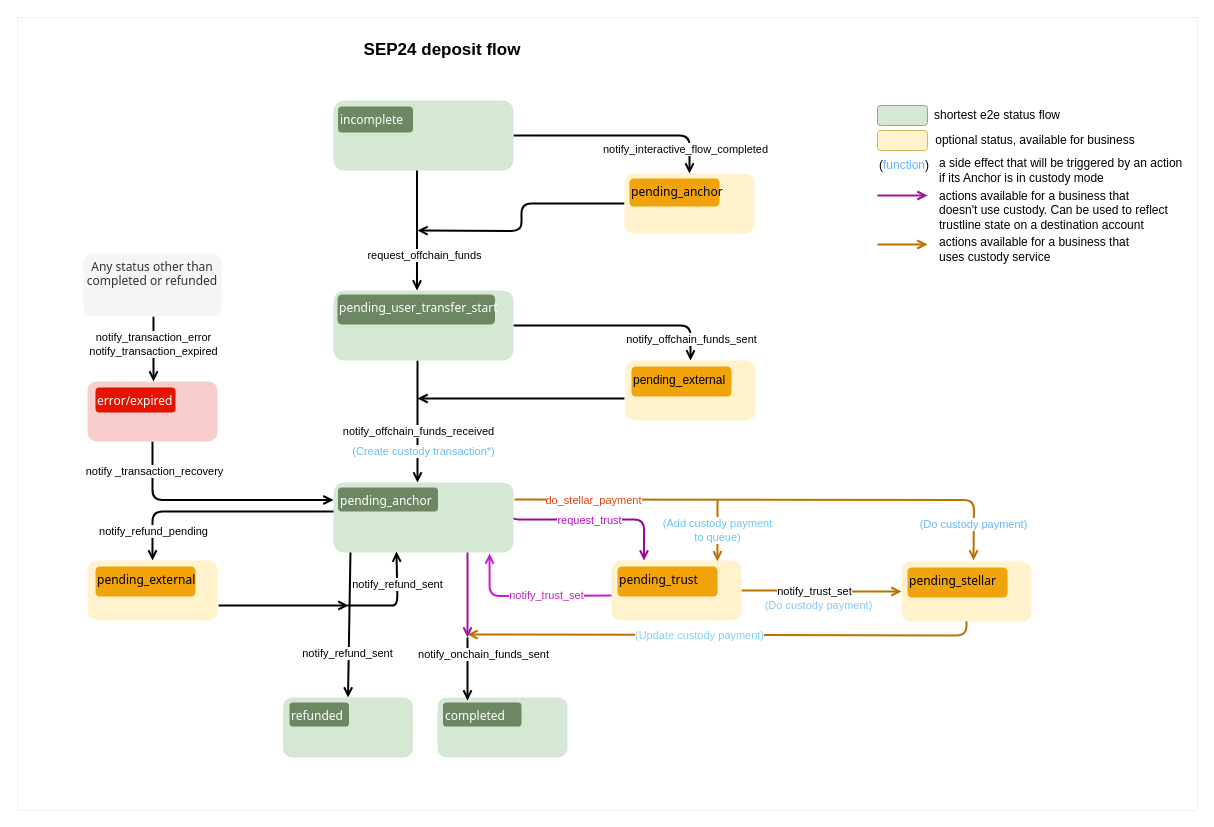
This is page "Sep24 - deposit v.0.4" (1 of 5) of static/definitions/sep6_24_31_status_transition_diagrams.drawio from stellar/stellar-docs, a draw.io file, before an edit. Source tidied: cells renumbered, new cells numbered last; positions are measured from the earlier drawing's top-left corner, leaving out a move shared by most shapes. Both pictures are drawn from the tidied source at 100%, with x=0, y=0 at pixel (17, 17).
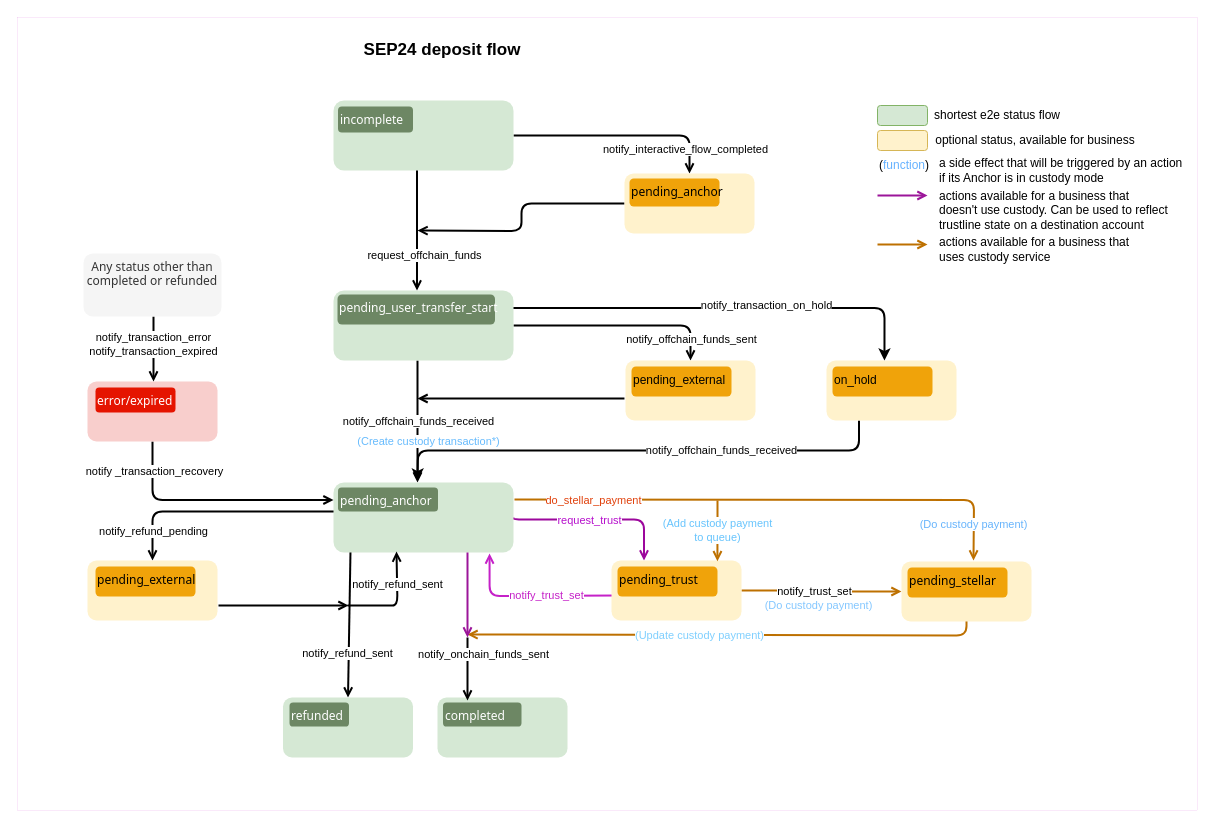
The same diagram, later.

The change refers to these unchanged cells:
```xml
<mxCell id="17" style="edgeStyle=orthogonalEdgeStyle;rounded=0;orthogonalLoop=1;jettySize=auto;html=1;exitX=0.5;exitY=1;exitDx=0;exitDy=0;entryX=0.5;entryY=0;entryDx=0;entryDy=0;strokeWidth=2;endArrow=open;endFill=0;" parent="1" edge="1">
  <mxGeometry relative="1" as="geometry">
    <mxPoint x="400" y="343" as="sourcePoint" />
    <mxPoint x="400" y="465" as="targetPoint" />
  </mxGeometry>
</mxCell>
<mxCell id="20" style="edgeStyle=orthogonalEdgeStyle;rounded=1;jettySize=auto;html=1;exitX=1;exitY=0.5;exitDx=0;exitDy=0;entryX=0.5;entryY=0;entryDx=0;entryDy=0;strokeWidth=2;endArrow=open;endFill=0;" parent="1" edge="1" source="22" target="38">
  <mxGeometry relative="1" as="geometry" />
</mxCell>
<mxCell id="22" style="rounded=1;whiteSpace=wrap;html=1;fillColor=#d5e8d4;strokeColor=none;" parent="1" vertex="1">
  <mxGeometry x="316" y="273" width="180" height="70" as="geometry" />
</mxCell>
```

The edit, as a diff of the source:
```diff
@@
     <mxCell id="18" value="notify_offchain_funds_received" style="edgeLabel;html=1;align=center;verticalAlign=middle;" parent="17" vertex="1">
       <mxGeometry x="-0.02" y="-3" relative="1" as="geometry">
-        <mxPoint x="3" y="10" as="offset" />
+        <mxPoint x="3" as="offset" />
       </mxGeometry>
     </mxCell>
     <mxCell id="19" value="(Create custody transaction*)" style="edgeLabel;html=1;align=center;verticalAlign=middle;fontColor=#67bbfd;" parent="17" vertex="1">
       <mxGeometry x="0.46" y="1" relative="1" as="geometry">
-        <mxPoint x="4" y="1" as="offset" />
+        <mxPoint x="9" y="-9" as="offset" />
       </mxGeometry>
     </mxCell>
@@
-    <mxCell id="21" value="notify_offchain_funds_sent" style="edgeLabel;html=1;align=center;verticalAlign=middle;" parent="20" vertex="1">
+    <mxCell id="21" value="&lt;font style=&quot;font-size: 11px;&quot;&gt;notify_offchain_funds_sent&lt;/font&gt;" style="edgeLabel;html=1;align=center;verticalAlign=middle;" parent="20" vertex="1">
       <mxGeometry x="0.79" relative="1" as="geometry" />
     </mxCell>
@@
+    <mxCell id="77" style="edgeStyle=orthogonalEdgeStyle;rounded=1;jettySize=auto;html=1;exitX=0.25;exitY=1;exitDx=0;exitDy=0;curved=0;strokeWidth=2;" parent="1" edge="1" source="79">
+      <mxGeometry relative="1" as="geometry">
+        <mxPoint x="400" y="463" as="targetPoint" />
+      </mxGeometry>
+    </mxCell>
+    <mxCell id="78" value="notify_offchain_funds_received" style="edgeLabel;html=1;align=center;verticalAlign=middle;" parent="77" vertex="1">
+      <mxGeometry x="-0.33" y="-1" relative="1" as="geometry" />
+    </mxCell>
+    <mxCell id="79" style="rounded=1;whiteSpace=wrap;html=1;fillColor=#fff2cc;strokeColor=none;" parent="1" vertex="1">
+      <mxGeometry x="809" y="343" width="130" height="60" as="geometry" />
+    </mxCell>
+    <mxCell id="80" value="on_hold" style="rounded=1;whiteSpace=wrap;html=1;align=left;verticalAlign=top;strokeColor=none;fillColor=#f0a30a;fontColor=#000000;" parent="1" vertex="1">
+      <mxGeometry x="815" y="349" width="100" height="30" as="geometry" />
+    </mxCell>
+    <mxCell id="81" style="edgeStyle=orthogonalEdgeStyle;rounded=1;jettySize=auto;html=1;exitX=1;exitY=0.25;exitDx=0;exitDy=0;entryX=0.446;entryY=0;entryDx=0;entryDy=0;entryPerimeter=0;curved=0;strokeWidth=2;" parent="1" edge="1" source="22" target="79">
+      <mxGeometry relative="1" as="geometry" />
+    </mxCell>
+    <mxCell id="82" value="&lt;font style=&quot;font-size: 11px;&quot;&gt;notify_transaction_on_hold&lt;/font&gt;" style="edgeLabel;html=1;align=center;verticalAlign=middle;" parent="81" vertex="1">
+      <mxGeometry x="0.19" y="4" relative="1" as="geometry">
+        <mxPoint y="1" as="offset" />
+      </mxGeometry>
+    </mxCell>
```
